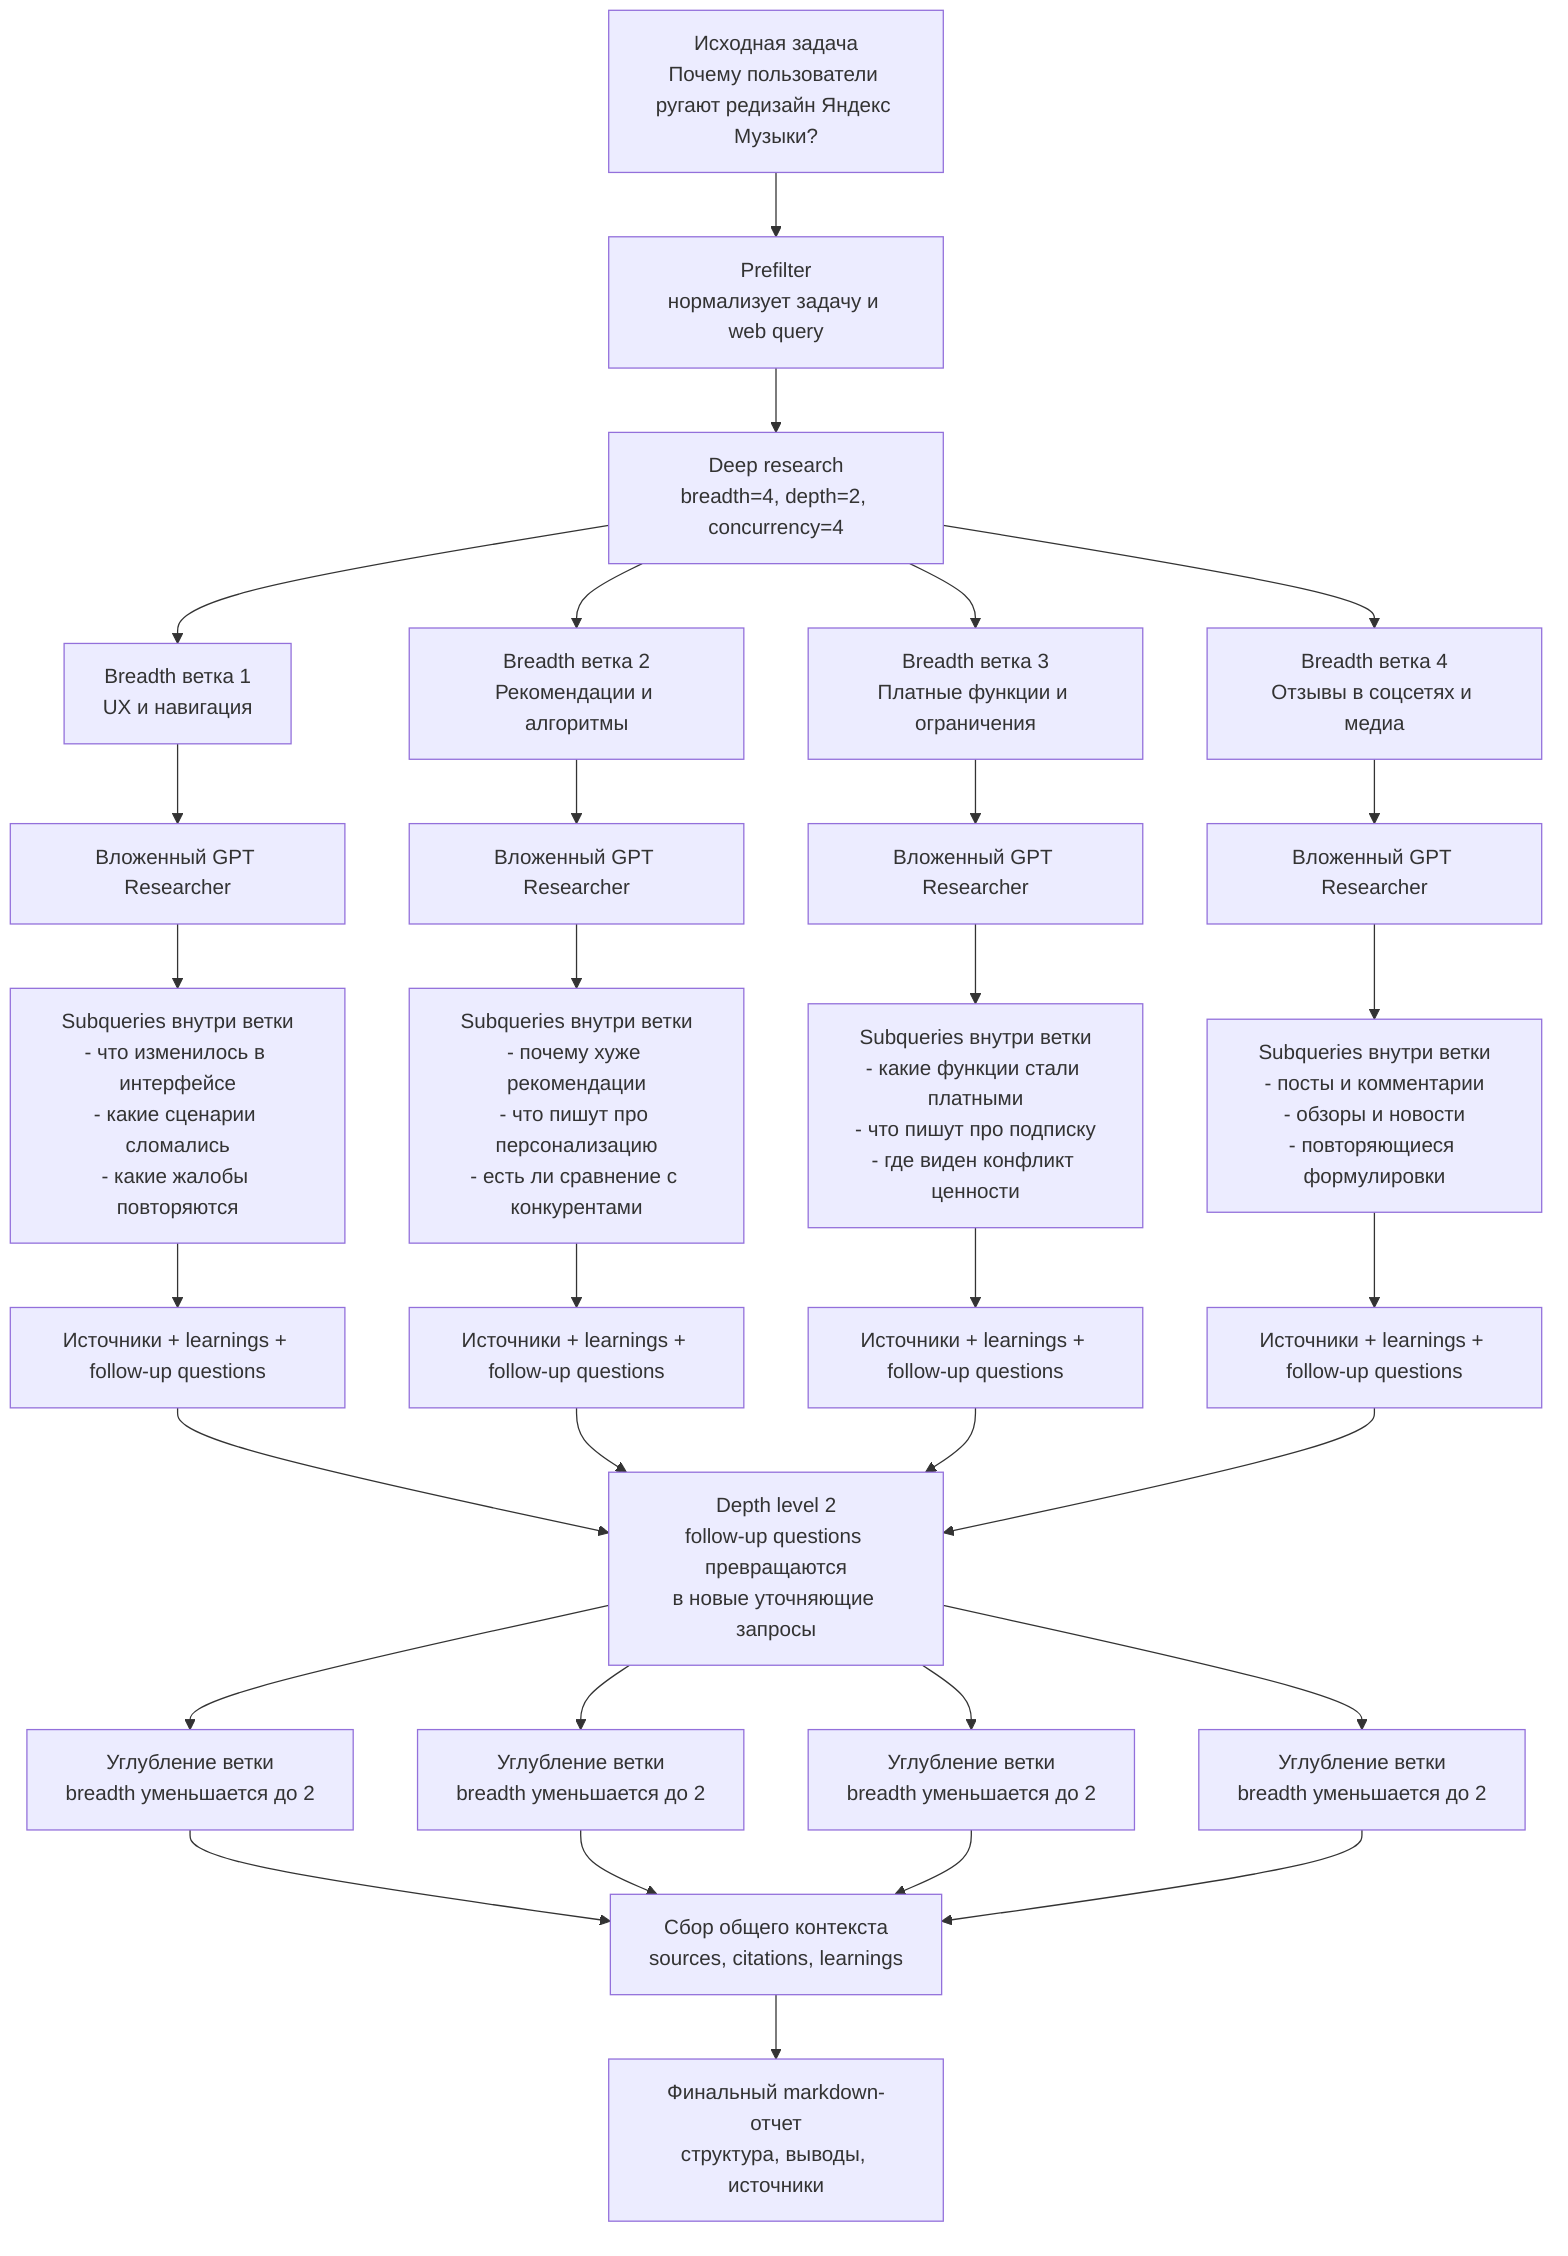
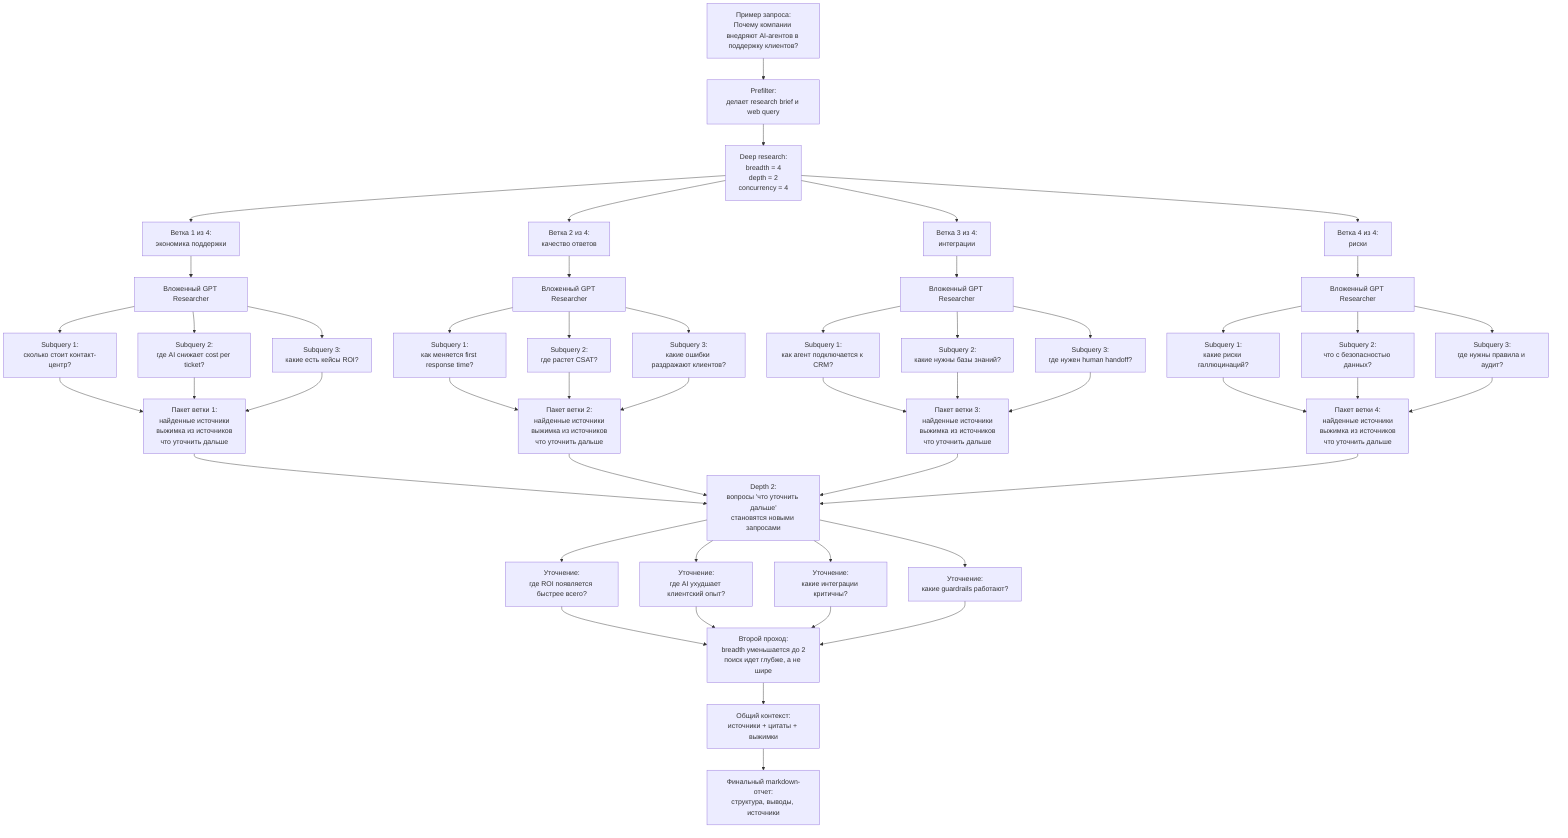
flowchart TD
-   A["Исходная задача\nПочему пользователи ругают редизайн Яндекс Музыки?"] --> B["Prefilter\nнормализует задачу и web query"]
-   B --> C["Deep research\nbreadth=4, depth=2, concurrency=4"]
+   A["Пример запроса:<br/>Почему компании внедряют AI-агентов в поддержку клиентов?"] --> B["Prefilter:<br/>делает research brief и web query"]
+   B --> C["Deep research:<br/>breadth = 4<br/>depth = 2<br/>concurrency = 4"]

-   C --> D1["Breadth ветка 1\nUX и навигация"]
-   C --> D2["Breadth ветка 2\nРекомендации и алгоритмы"]
-   C --> D3["Breadth ветка 3\nПлатные функции и ограничения"]
-   C --> D4["Breadth ветка 4\nОтзывы в соцсетях и медиа"]
+   C --> D1["Ветка 1 из 4:<br/>экономика поддержки"]
+   C --> D2["Ветка 2 из 4:<br/>качество ответов"]
+   C --> D3["Ветка 3 из 4:<br/>интеграции"]
+   C --> D4["Ветка 4 из 4:<br/>риски"]

  D1 --> E1["Вложенный GPT Researcher"]
+   E1 --> SQ11["Subquery 1:<br/>сколько стоит контакт-центр?"]
+   E1 --> SQ12["Subquery 2:<br/>где AI снижает cost per ticket?"]
+   E1 --> SQ13["Subquery 3:<br/>какие есть кейсы ROI?"]
+ 
  D2 --> E2["Вложенный GPT Researcher"]
+   E2 --> SQ21["Subquery 1:<br/>как меняется first response time?"]
+   E2 --> SQ22["Subquery 2:<br/>где растет CSAT?"]
+   E2 --> SQ23["Subquery 3:<br/>какие ошибки раздражают клиентов?"]
+ 
  D3 --> E3["Вложенный GPT Researcher"]
+   E3 --> SQ31["Subquery 1:<br/>как агент подключается к CRM?"]
+   E3 --> SQ32["Subquery 2:<br/>какие нужны базы знаний?"]
+   E3 --> SQ33["Subquery 3:<br/>где нужен human handoff?"]
+ 
  D4 --> E4["Вложенный GPT Researcher"]
+   E4 --> SQ41["Subquery 1:<br/>какие риски галлюцинаций?"]
+   E4 --> SQ42["Subquery 2:<br/>что с безопасностью данных?"]
+   E4 --> SQ43["Subquery 3:<br/>где нужны правила и аудит?"]

-   E1 --> F1["Subqueries внутри ветки\n- что изменилось в интерфейсе\n- какие сценарии сломались\n- какие жалобы повторяются"]
-   E2 --> F2["Subqueries внутри ветки\n- почему хуже рекомендации\n- что пишут про персонализацию\n- есть ли сравнение с конкурентами"]
-   E3 --> F3["Subqueries внутри ветки\n- какие функции стали платными\n- что пишут про подписку\n- где виден конфликт ценности"]
-   E4 --> F4["Subqueries внутри ветки\n- посты и комментарии\n- обзоры и новости\n- повторяющиеся формулировки"]
+   SQ11 --> P1
+   SQ12 --> P1
+   SQ13 --> P1
+   SQ21 --> P2
+   SQ22 --> P2
+   SQ23 --> P2
+   SQ31 --> P3
+   SQ32 --> P3
+   SQ33 --> P3
+   SQ41 --> P4
+   SQ42 --> P4
+   SQ43 --> P4

-   F1 --> G1["Источники + learnings + follow-up questions"]
-   F2 --> G2["Источники + learnings + follow-up questions"]
-   F3 --> G3["Источники + learnings + follow-up questions"]
-   F4 --> G4["Источники + learnings + follow-up questions"]
+   P1["Пакет ветки 1:<br/>найденные источники<br/>выжимка из источников<br/>что уточнить дальше"]
+   P2["Пакет ветки 2:<br/>найденные источники<br/>выжимка из источников<br/>что уточнить дальше"]
+   P3["Пакет ветки 3:<br/>найденные источники<br/>выжимка из источников<br/>что уточнить дальше"]
+   P4["Пакет ветки 4:<br/>найденные источники<br/>выжимка из источников<br/>что уточнить дальше"]

-   G1 --> H["Depth level 2\nfollow-up questions превращаются\nв новые уточняющие запросы"]
-   G2 --> H
-   G3 --> H
-   G4 --> H
+   P1 --> H["Depth 2:<br/>вопросы 'что уточнить дальше'<br/>становятся новыми запросами"]
+   P2 --> H
+   P3 --> H
+   P4 --> H

-   H --> I1["Углубление ветки\nbreadth уменьшается до 2"]
-   H --> I2["Углубление ветки\nbreadth уменьшается до 2"]
-   H --> I3["Углубление ветки\nbreadth уменьшается до 2"]
-   H --> I4["Углубление ветки\nbreadth уменьшается до 2"]
+   H --> R1["Уточнение:<br/>где ROI появляется быстрее всего?"]
+   H --> R2["Уточнение:<br/>где AI ухудшает клиентский опыт?"]
+   H --> R3["Уточнение:<br/>какие интеграции критичны?"]
+   H --> R4["Уточнение:<br/>какие guardrails работают?"]

-   I1 --> J["Сбор общего контекста\nsources, citations, learnings"]
-   I2 --> J
-   I3 --> J
-   I4 --> J
+   R1 --> N["Второй проход:<br/>breadth уменьшается до 2<br/>поиск идет глубже, а не шире"]
+   R2 --> N
+   R3 --> N
+   R4 --> N

-   J --> K["Финальный markdown-отчет\nструктура, выводы, источники"]
+   N --> J["Общий контекст:<br/>источники + цитаты + выжимки"]
+   J --> K["Финальный markdown-отчет:<br/>структура, выводы, источники"]
